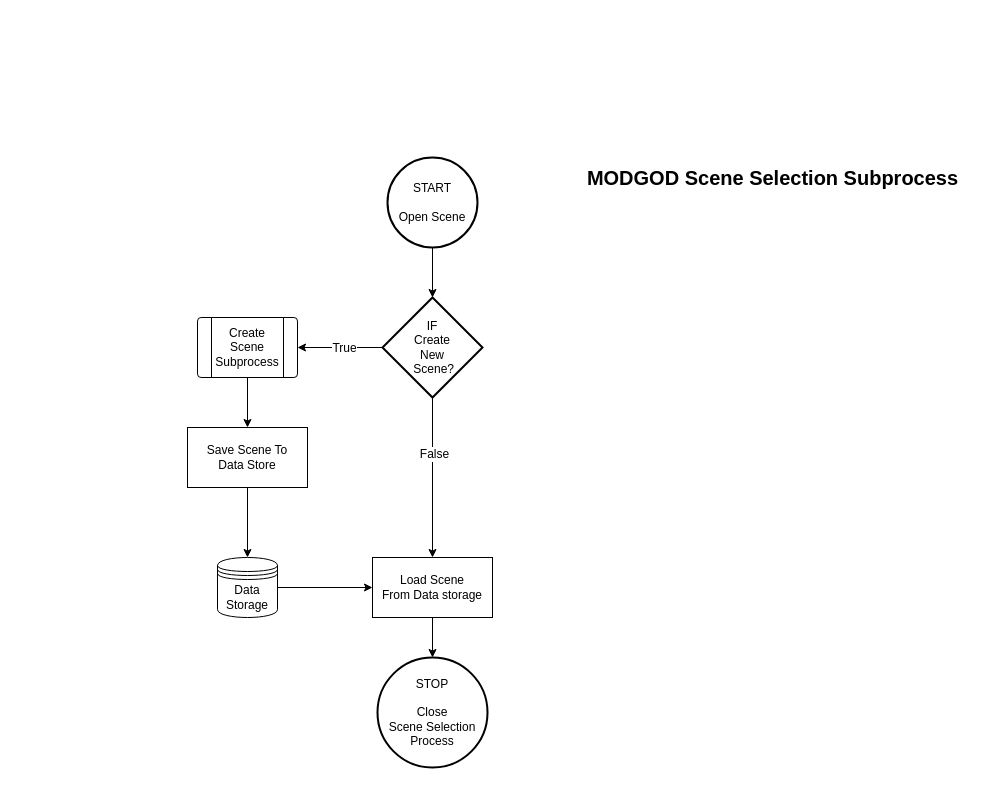
Earlier version of the draw.io diagram Phase2/Flowcharts/modgodToolset/ModGod/Selection/Scene/ModGodSceneSelectionSubprocess.drawio (RPG-Research/bcirpg). Source tidied: cells renumbered, new cells numbered last; positions are measured from the earlier drawing's top-left corner, leaving out a move shared by most shapes. Both pictures are drawn from the tidied source at 100%, with x=0, y=0 at pixel (187, 157).
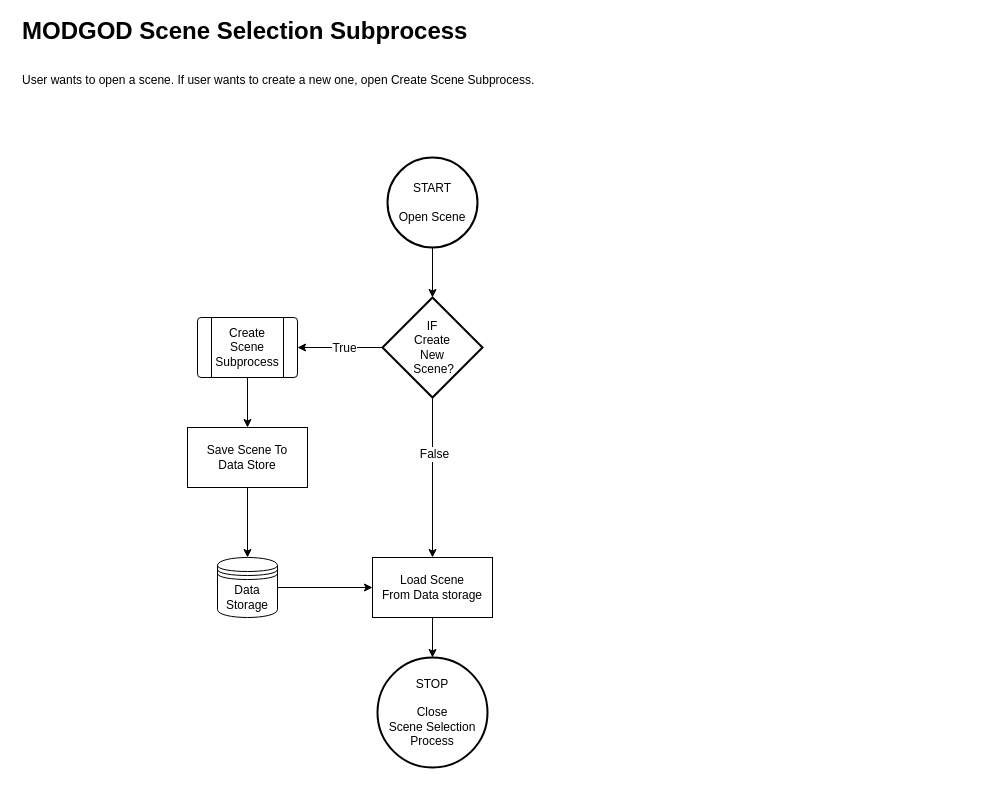
After the change.

What changed in the source:
```diff
@@
 <mxGraphModel>
   <root>
     <mxCell id="0" />
     <mxCell id="1" parent="0" />
     <mxCell id="2" style="edgeStyle=orthogonalEdgeStyle;rounded=0;jettySize=auto;html=1;entryX=0.5;entryY=0;entryDx=0;entryDy=0;entryPerimeter=0;" parent="1" edge="1" source="3" target="10">
       <mxGeometry relative="1" as="geometry" />
     </mxCell>
     <mxCell id="3" value="START&lt;br&gt;&lt;br&gt;Open Scene" style="strokeWidth=2;html=1;shape=mxgraph.flowchart.start_2;whiteSpace=wrap;" parent="1" vertex="1">
       <mxGeometry x="200" width="90" height="90" as="geometry" />
     </mxCell>
-    <mxCell id="4" value="&lt;b&gt;&lt;font style=&quot;font-size: 20px;&quot;&gt;MODGOD Scene Selection Subprocess&lt;/font&gt;&lt;/b&gt;" style="text;html=1;align=center;verticalAlign=middle;strokeColor=none;fillColor=none;" parent="1" vertex="1">
-      <mxGeometry x="380" width="410" height="40" as="geometry" />
-    </mxCell>
     <mxCell id="5" value="STOP&lt;br&gt;&lt;br&gt;Close&lt;br&gt;Scene Selection&lt;br&gt;Process" style="strokeWidth=2;html=1;shape=mxgraph.flowchart.start_2;whiteSpace=wrap;" parent="1" vertex="1">
       <mxGeometry x="190" y="500" width="110" height="110" as="geometry" />
     </mxCell>
     <mxCell id="6" style="edgeStyle=orthogonalEdgeStyle;rounded=0;jettySize=auto;html=1;exitX=0.5;exitY=1;exitDx=0;exitDy=0;exitPerimeter=0;fontSize=12;entryX=0.5;entryY=0;entryDx=0;entryDy=0;" parent="1" edge="1" source="10" target="12">
       <mxGeometry relative="1" as="geometry" />
     </mxCell>
     <mxCell id="7" value="False" style="edgeLabel;html=1;align=center;verticalAlign=middle;fontSize=12;" parent="6" vertex="1">
       <mxGeometry x="-0.3" y="1" relative="1" as="geometry" />
     </mxCell>
     <mxCell id="8" style="edgeStyle=orthogonalEdgeStyle;rounded=0;jettySize=auto;html=1;exitX=0;exitY=0.5;exitDx=0;exitDy=0;exitPerimeter=0;entryX=1;entryY=0.5;entryDx=0;entryDy=0;fontSize=12;" parent="1" edge="1" source="10" target="16">
       <mxGeometry relative="1" as="geometry" />
     </mxCell>
     <mxCell id="9" value="True" style="edgeLabel;html=1;align=center;verticalAlign=middle;fontSize=12;" parent="8" vertex="1">
       <mxGeometry x="-0.09" relative="1" as="geometry" />
     </mxCell>
     <mxCell id="10" value="IF&lt;br&gt;Create&lt;br&gt;New&lt;br&gt;&amp;nbsp;Scene?" style="strokeWidth=2;html=1;shape=mxgraph.flowchart.decision;whiteSpace=wrap;" parent="1" vertex="1">
       <mxGeometry x="195" y="140" width="100" height="100" as="geometry" />
     </mxCell>
     <mxCell id="11" style="edgeStyle=orthogonalEdgeStyle;rounded=0;jettySize=auto;html=1;exitX=0.5;exitY=1;exitDx=0;exitDy=0;fontSize=12;" parent="1" edge="1" source="12" target="5">
       <mxGeometry relative="1" as="geometry" />
     </mxCell>
     <mxCell id="12" value="Load Scene&lt;br&gt;From Data storage" style="rounded=0;whiteSpace=wrap;html=1;fontSize=12;" parent="1" vertex="1">
       <mxGeometry x="185" y="400" width="120" height="60" as="geometry" />
     </mxCell>
     <mxCell id="13" style="edgeStyle=orthogonalEdgeStyle;rounded=0;jettySize=auto;html=1;exitX=1;exitY=0.5;exitDx=0;exitDy=0;entryX=0;entryY=0.5;entryDx=0;entryDy=0;fontSize=12;" parent="1" edge="1" source="14" target="12">
       <mxGeometry relative="1" as="geometry" />
     </mxCell>
     <mxCell id="14" value="Data&lt;br&gt;Storage" style="shape=datastore;whiteSpace=wrap;html=1;fontSize=12;" parent="1" vertex="1">
       <mxGeometry x="30" y="400" width="60" height="60" as="geometry" />
     </mxCell>
     <mxCell id="15" style="edgeStyle=orthogonalEdgeStyle;rounded=0;jettySize=auto;html=1;exitX=0.5;exitY=1;exitDx=0;exitDy=0;fontSize=12;" parent="1" edge="1" source="16" target="18">
       <mxGeometry relative="1" as="geometry" />
     </mxCell>
     <mxCell id="16" value="Create Scene&lt;br&gt;Subprocess" style="verticalLabelPosition=middle;verticalAlign=middle;html=1;shape=process;whiteSpace=wrap;rounded=1;size=0.14;arcSize=6;fontSize=12;labelPosition=center;align=center;" parent="1" vertex="1">
       <mxGeometry x="10" y="160" width="100" height="60" as="geometry" />
     </mxCell>
     <mxCell id="17" style="edgeStyle=orthogonalEdgeStyle;rounded=0;jettySize=auto;html=1;fontSize=12;" parent="1" edge="1" source="18" target="14">
       <mxGeometry relative="1" as="geometry" />
     </mxCell>
     <mxCell id="18" value="Save Scene To&lt;br&gt;Data Store" style="rounded=0;whiteSpace=wrap;html=1;fontSize=12;" parent="1" vertex="1">
       <mxGeometry y="270" width="120" height="60" as="geometry" />
     </mxCell>
+    <mxCell id="19" value="&lt;span style=&quot;font-size: 24px;&quot;&gt;&lt;b&gt;MODGOD Scene Selection Subprocess&lt;/b&gt;&lt;/span&gt;&lt;h1&gt;&lt;span style=&quot;background-color: initial; font-size: 12px; font-weight: normal;&quot;&gt;User wants to open a scene. If user wants to create a new one, open Create Scene Subprocess.&lt;/span&gt;&lt;br&gt;&lt;/h1&gt;" style="text;html=1;strokeColor=none;fillColor=none;spacing=5;spacingTop=-20;whiteSpace=wrap;overflow=hidden;rounded=0;" parent="1" vertex="1">
+      <mxGeometry x="-170" y="-130" width="830" height="120" as="geometry" />
+    </mxCell>
   </root>
 </mxGraphModel>
```
